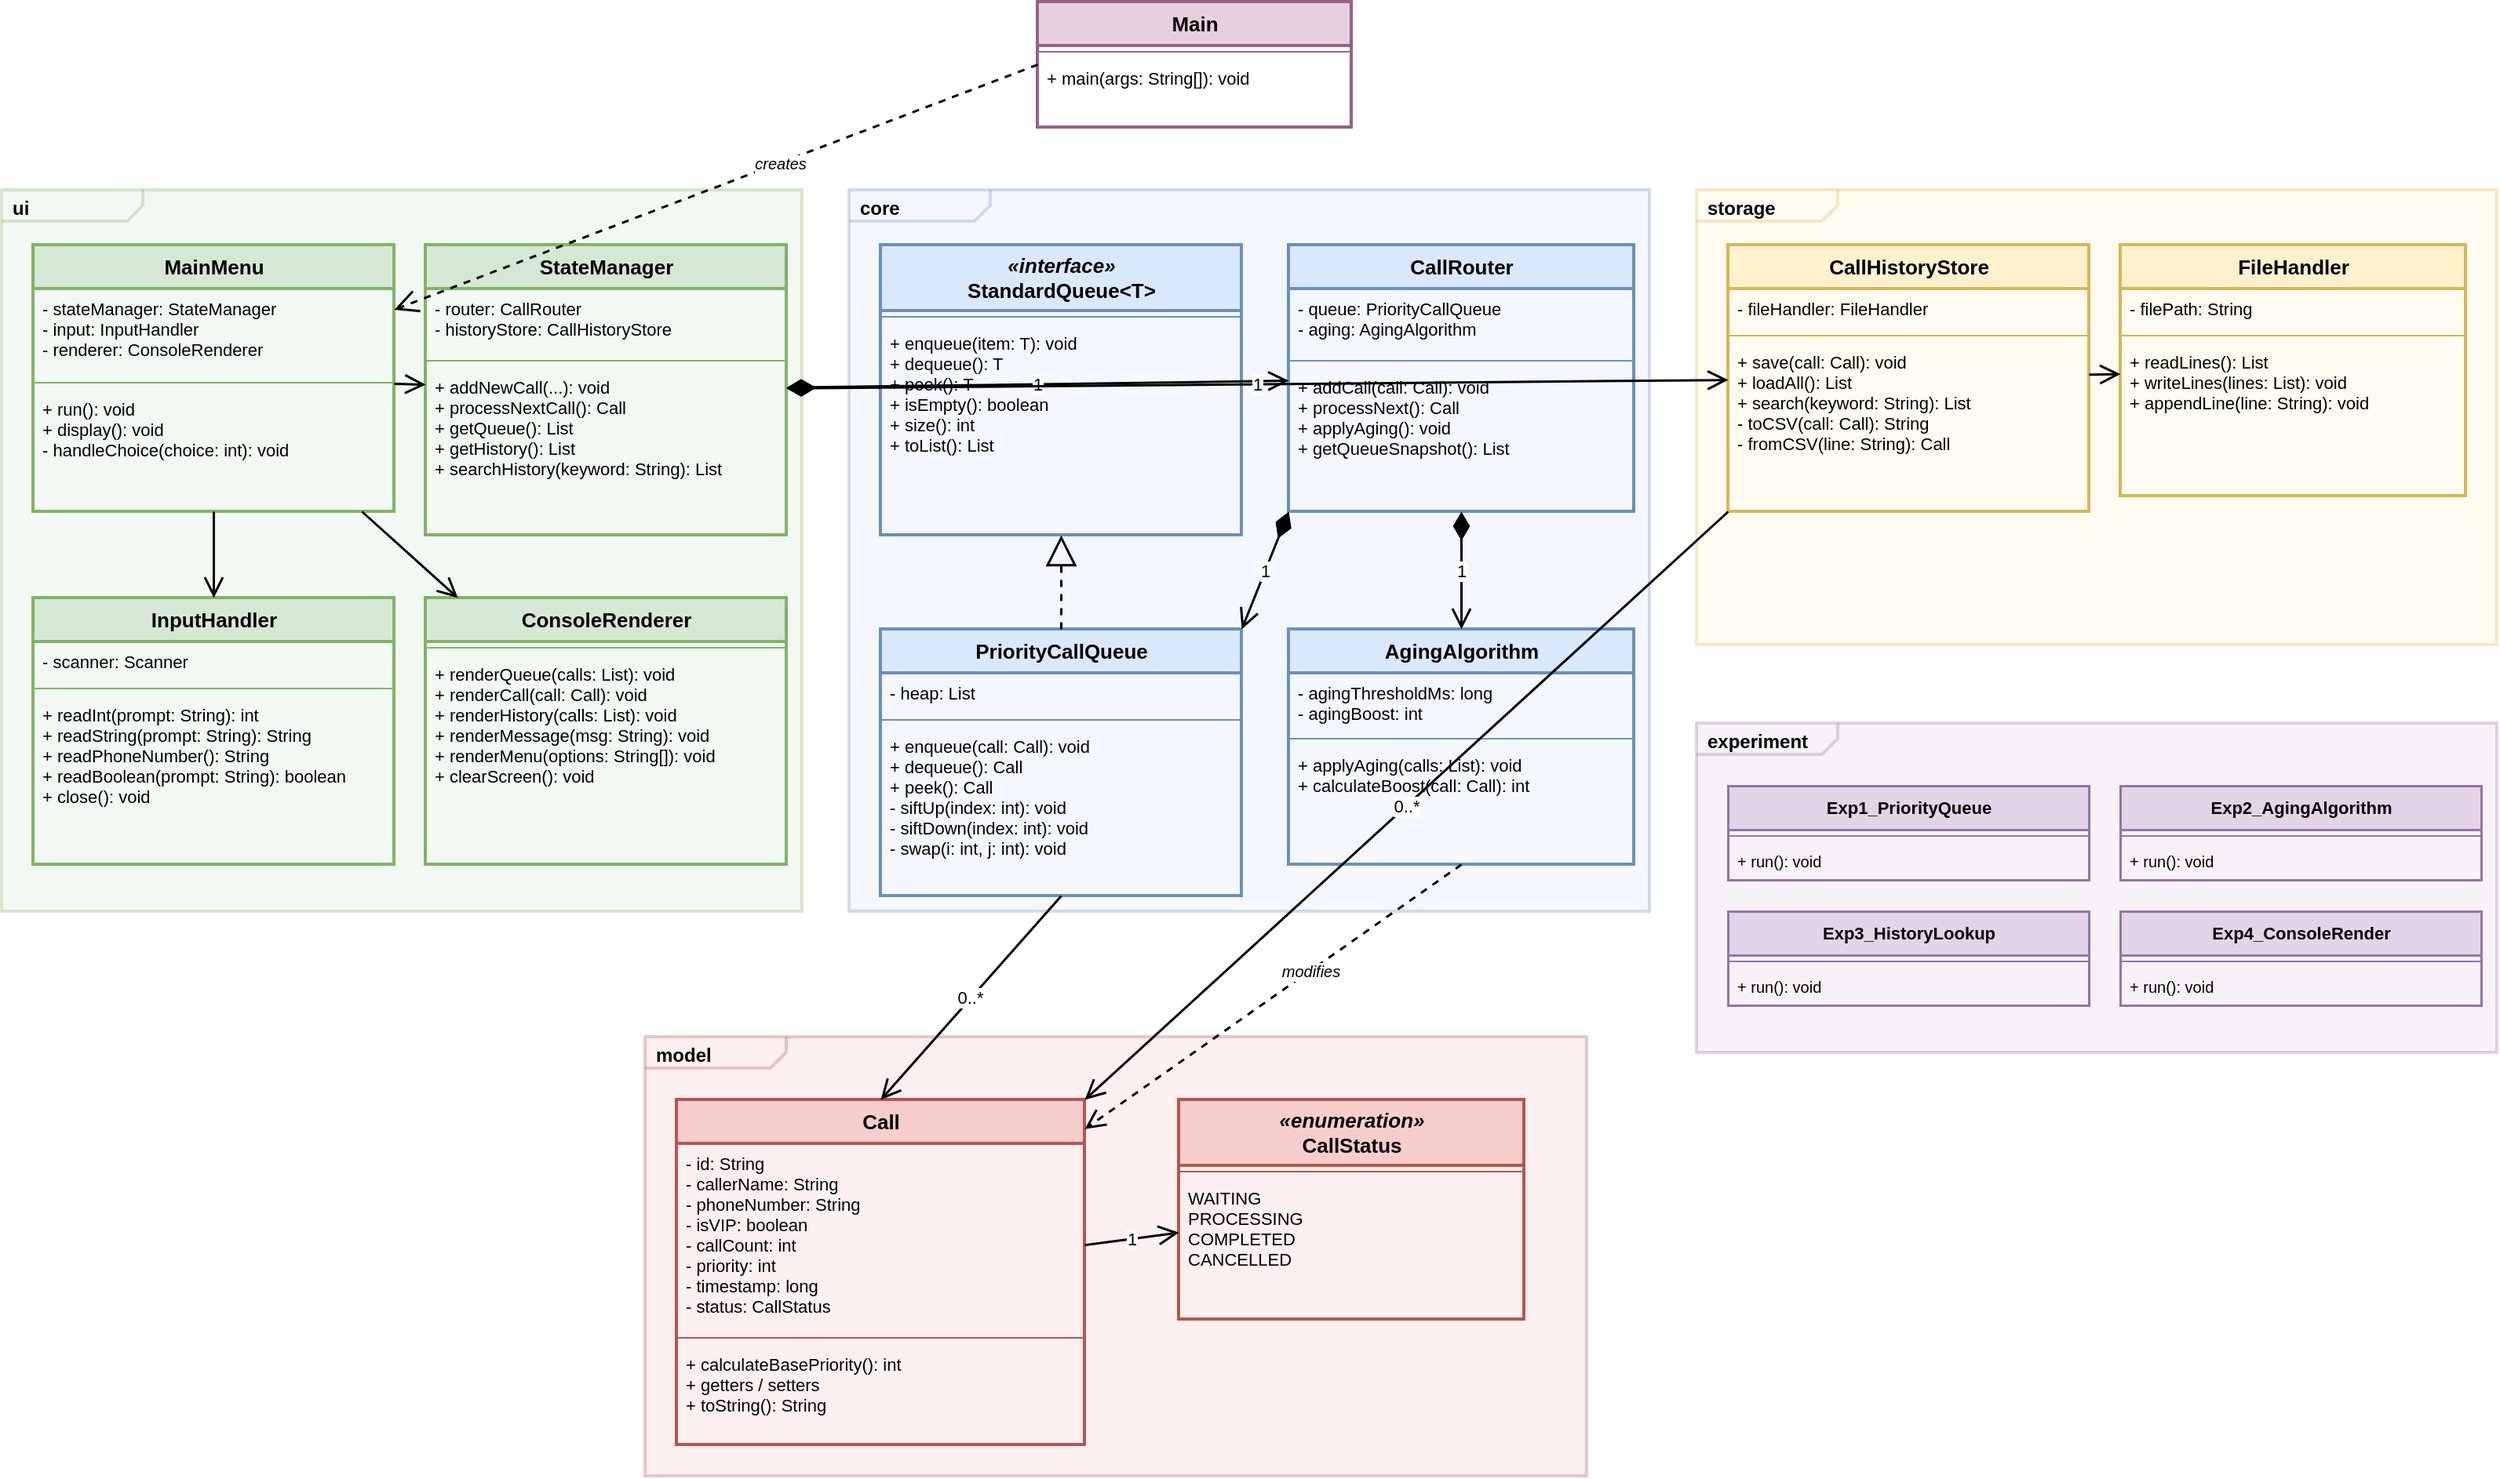
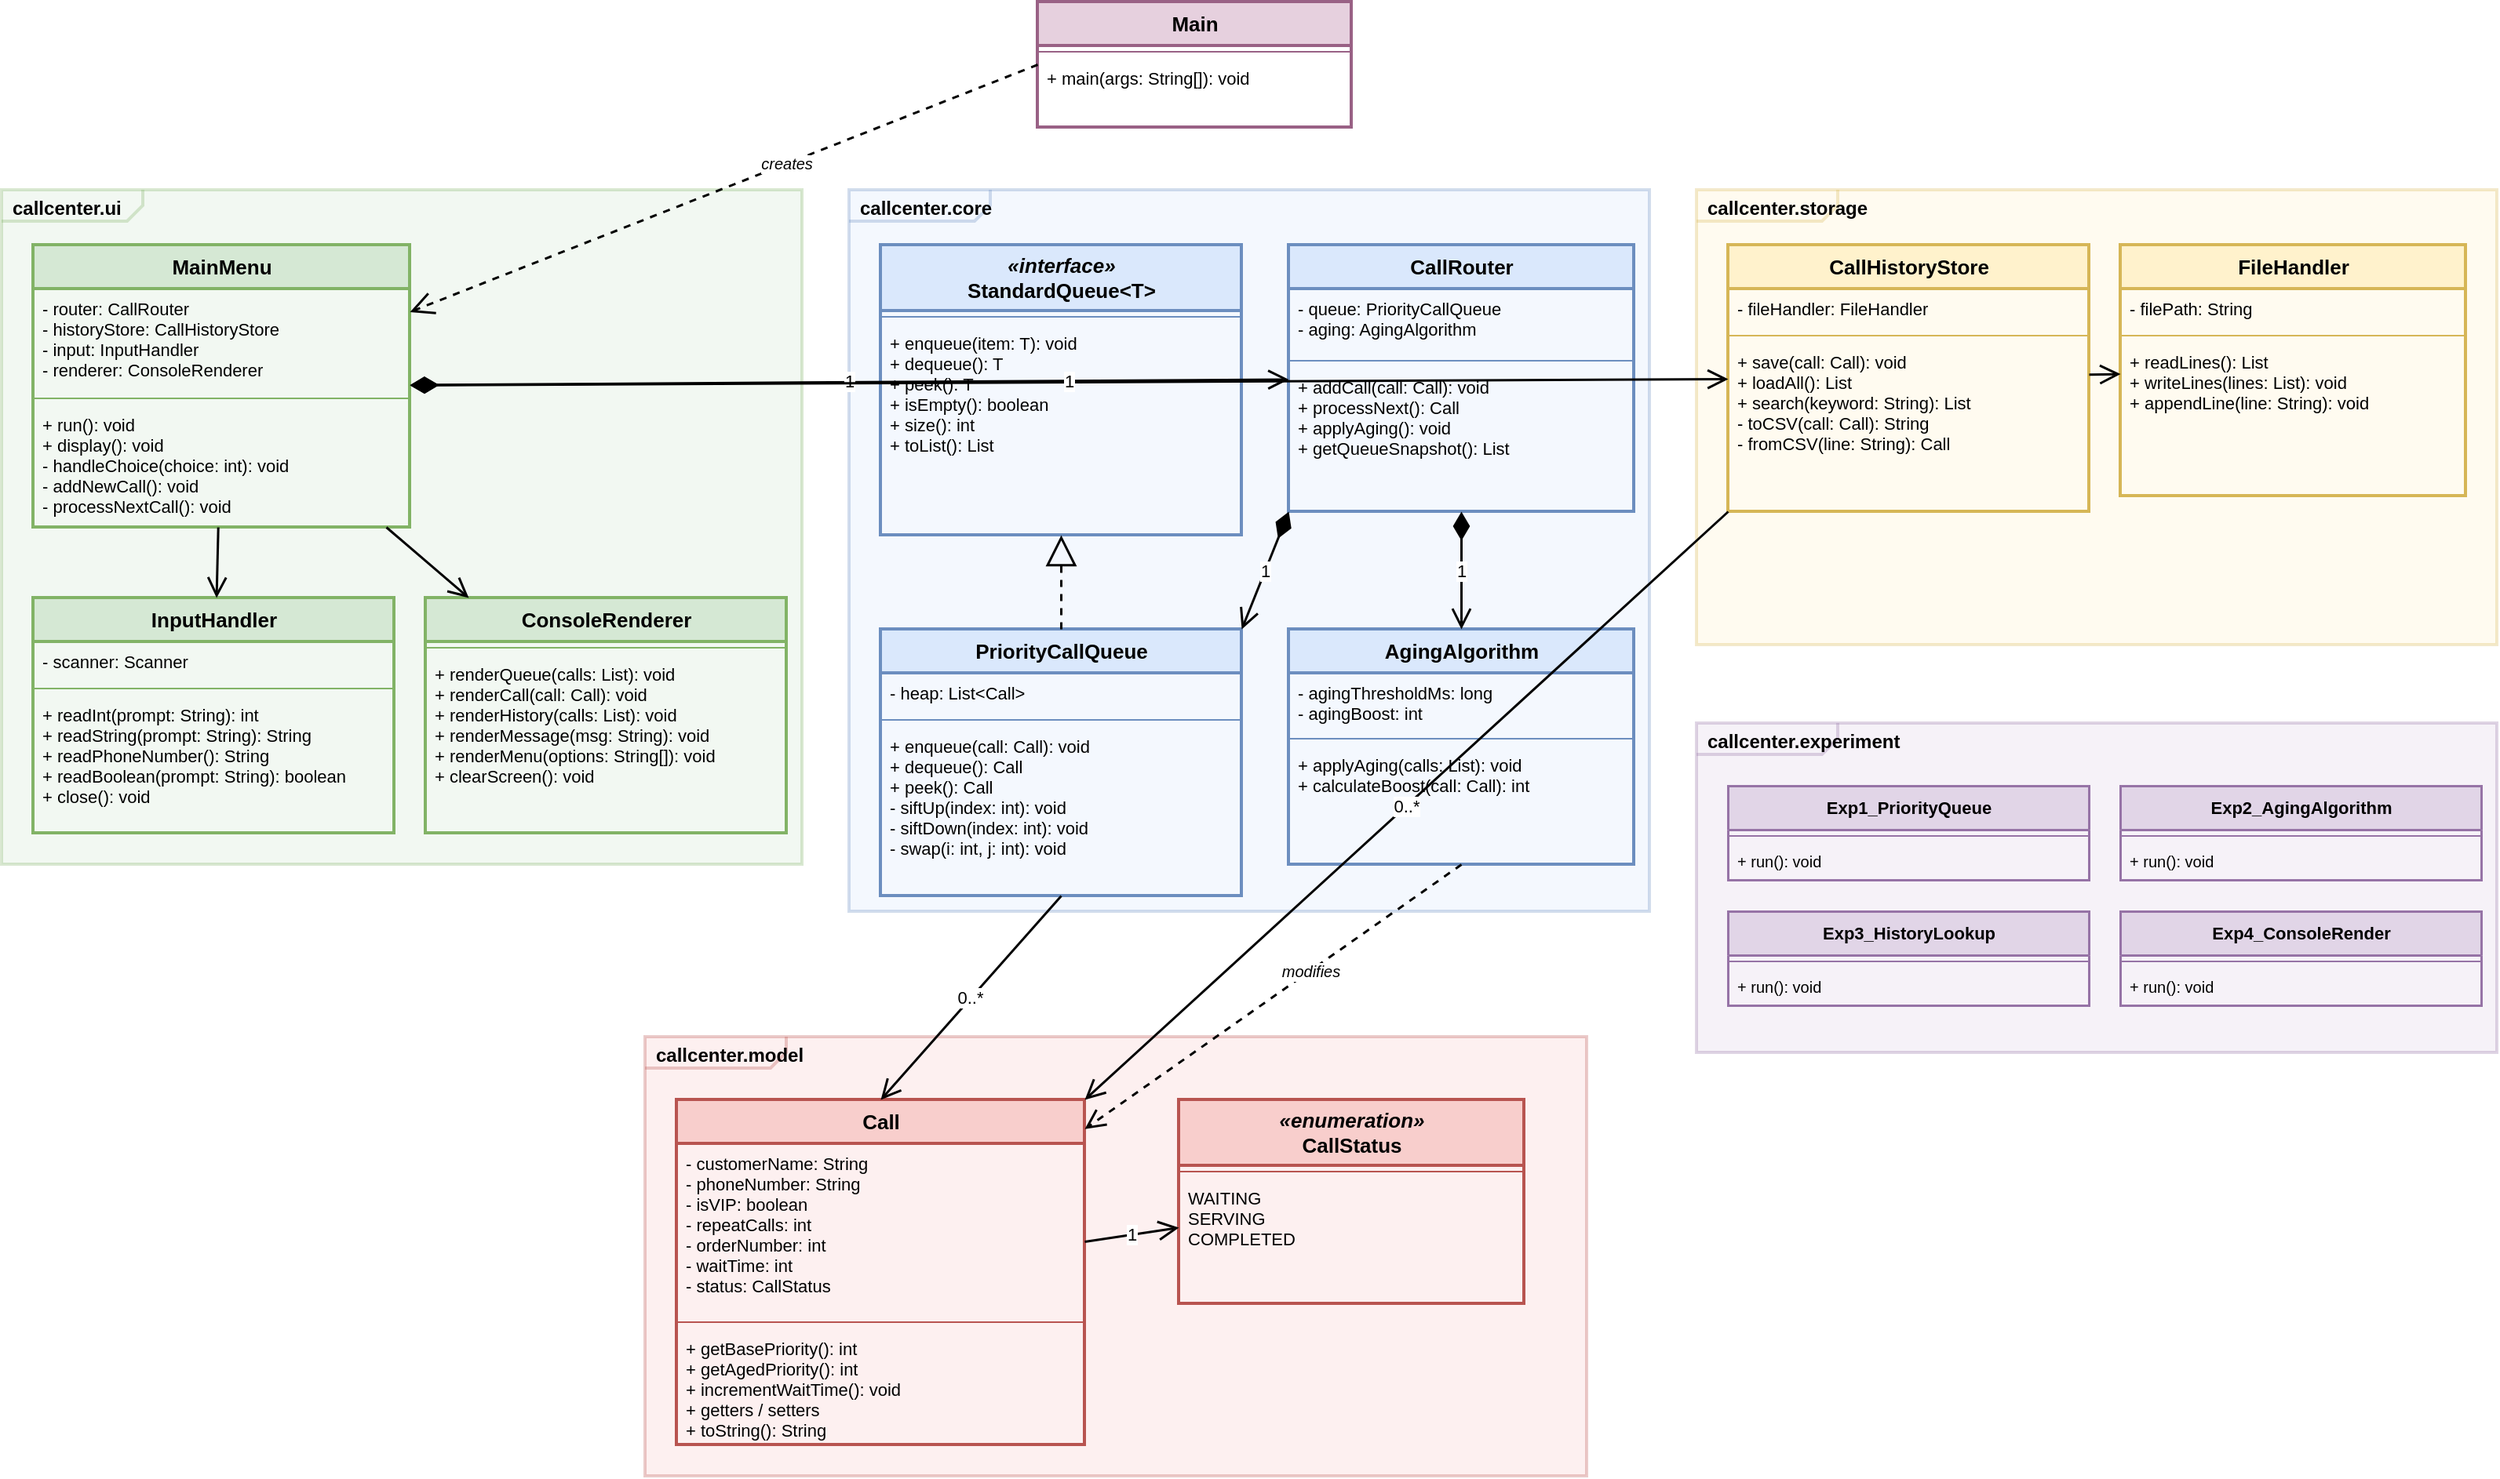
<?xml version="1.0" encoding="UTF-8"?>
- <mxfile host="draw.io" modified="2026-05-28T00:00:00.000Z" agent="Antigravity" version="24.0.0" type="device">
+ <mxfile host="draw.io" modified="2026-05-30T00:00:00.000Z" agent="Antigravity" version="24.0.0" type="device">
  <diagram id="class-diagram" name="Class Diagram">
    <mxGraphModel dx="2200" dy="1600" grid="1" gridSize="10" guides="1" tooltips="1" connect="1" arrows="1" fold="1" page="1" pageScale="1" pageWidth="1800" pageHeight="1400" math="0" shadow="0">
      <root>
        <mxCell id="0"/>
        <mxCell id="1" parent="0"/>

-         <mxCell id="pkg_ui" value="&lt;b&gt;ui&lt;/b&gt;" style="shape=mxgraph.sysml.package;html=1;whiteSpace=wrap;align=left;verticalAlign=top;spacingTop=-2;spacingLeft=5;fontSize=12;strokeColor=#82b366;fillColor=#d5e8d4;strokeWidth=2;opacity=30;" vertex="1" parent="1">
-           <mxGeometry x="20" y="140" width="510" height="460" as="geometry"/>
-         </mxCell>
- 
-         <mxCell id="pkg_core" value="&lt;b&gt;core&lt;/b&gt;" style="shape=mxgraph.sysml.package;html=1;whiteSpace=wrap;align=left;verticalAlign=top;spacingTop=-2;spacingLeft=5;fontSize=12;strokeColor=#6c8ebf;fillColor=#dae8fc;strokeWidth=2;opacity=30;" vertex="1" parent="1">
+         <mxCell id="pkg_ui" value="&lt;b&gt;callcenter.ui&lt;/b&gt;" style="shape=mxgraph.sysml.package;html=1;whiteSpace=wrap;align=left;verticalAlign=top;spacingTop=-2;spacingLeft=5;fontSize=12;strokeColor=#82b366;fillColor=#d5e8d4;strokeWidth=2;opacity=30;" vertex="1" parent="1">
+           <mxGeometry x="20" y="140" width="510" height="430" as="geometry"/>
+         </mxCell>
+ 
+         <mxCell id="pkg_core" value="&lt;b&gt;callcenter.core&lt;/b&gt;" style="shape=mxgraph.sysml.package;html=1;whiteSpace=wrap;align=left;verticalAlign=top;spacingTop=-2;spacingLeft=5;fontSize=12;strokeColor=#6c8ebf;fillColor=#dae8fc;strokeWidth=2;opacity=30;" vertex="1" parent="1">
          <mxGeometry x="560" y="140" width="510" height="460" as="geometry"/>
        </mxCell>

-         <mxCell id="pkg_storage" value="&lt;b&gt;storage&lt;/b&gt;" style="shape=mxgraph.sysml.package;html=1;whiteSpace=wrap;align=left;verticalAlign=top;spacingTop=-2;spacingLeft=5;fontSize=12;strokeColor=#d6b656;fillColor=#fff2cc;strokeWidth=2;opacity=30;" vertex="1" parent="1">
+         <mxCell id="pkg_storage" value="&lt;b&gt;callcenter.storage&lt;/b&gt;" style="shape=mxgraph.sysml.package;html=1;whiteSpace=wrap;align=left;verticalAlign=top;spacingTop=-2;spacingLeft=5;fontSize=12;strokeColor=#d6b656;fillColor=#fff2cc;strokeWidth=2;opacity=30;" vertex="1" parent="1">
          <mxGeometry x="1100" y="140" width="510" height="290" as="geometry"/>
        </mxCell>

-         <mxCell id="pkg_model" value="&lt;b&gt;model&lt;/b&gt;" style="shape=mxgraph.sysml.package;html=1;whiteSpace=wrap;align=left;verticalAlign=top;spacingTop=-2;spacingLeft=5;fontSize=12;strokeColor=#b85450;fillColor=#f8cecc;strokeWidth=2;opacity=30;" vertex="1" parent="1">
+         <mxCell id="pkg_model" value="&lt;b&gt;callcenter.model&lt;/b&gt;" style="shape=mxgraph.sysml.package;html=1;whiteSpace=wrap;align=left;verticalAlign=top;spacingTop=-2;spacingLeft=5;fontSize=12;strokeColor=#b85450;fillColor=#f8cecc;strokeWidth=2;opacity=30;" vertex="1" parent="1">
          <mxGeometry x="430" y="680" width="600" height="280" as="geometry"/>
        </mxCell>

-         <mxCell id="pkg_experiment" value="&lt;b&gt;experiment&lt;/b&gt;" style="shape=mxgraph.sysml.package;html=1;whiteSpace=wrap;align=left;verticalAlign=top;spacingTop=-2;spacingLeft=5;fontSize=12;strokeColor=#9673a6;fillColor=#e1d5e7;strokeWidth=2;opacity=30;" vertex="1" parent="1">
+         <mxCell id="pkg_experiment" value="&lt;b&gt;callcenter.experiment&lt;/b&gt;" style="shape=mxgraph.sysml.package;html=1;whiteSpace=wrap;align=left;verticalAlign=top;spacingTop=-2;spacingLeft=5;fontSize=12;strokeColor=#9673a6;fillColor=#e1d5e7;strokeWidth=2;opacity=30;" vertex="1" parent="1">
          <mxGeometry x="1100" y="480" width="510" height="210" as="geometry"/>
        </mxCell>

        <mxCell id="c_main" value="Main" style="swimlane;fontStyle=1;align=center;startSize=28;html=1;collapsible=0;fontSize=13;fillColor=#e6d0de;strokeColor=#996185;strokeWidth=2;" vertex="1" parent="1">
          <mxGeometry x="680" y="20" width="200" height="80" as="geometry"/>
        </mxCell>
        <mxCell id="c_main_sep" value="" style="line;strokeWidth=1;fillColor=none;align=left;verticalAlign=middle;spacingTop=-1;spacingLeft=3;spacingRight=10;rotatable=0;labelPosition=left;points=[];portConstraint=eastwest;strokeColor=inherit;" vertex="1" parent="c_main">
          <mxGeometry y="28" width="200" height="8" as="geometry"/>
        </mxCell>
        <mxCell id="c_main_methods" value="+ main(args: String[]): void" style="text;strokeColor=none;fillColor=none;align=left;verticalAlign=top;spacingLeft=4;spacingRight=4;overflow=hidden;rotatable=0;points=[[0,0.5],[1,0.5]];portConstraint=eastwest;fontFamily=Helvetica;fontSize=11;" vertex="1" parent="c_main">
          <mxGeometry y="36" width="200" height="40" as="geometry"/>
        </mxCell>

        <mxCell id="c_mainmenu" value="MainMenu" style="swimlane;fontStyle=1;align=center;startSize=28;html=1;collapsible=0;fontSize=13;fillColor=#d5e8d4;strokeColor=#82b366;strokeWidth=2;" vertex="1" parent="1">
-           <mxGeometry x="40" y="175" width="230" height="170" as="geometry"/>
-         </mxCell>
-         <mxCell id="c_mainmenu_attrs" value="- stateManager: StateManager&#xa;- input: InputHandler&#xa;- renderer: ConsoleRenderer" style="text;strokeColor=none;fillColor=none;align=left;verticalAlign=top;spacingLeft=4;spacingRight=4;overflow=hidden;rotatable=0;points=[[0,0.5],[1,0.5]];portConstraint=eastwest;fontFamily=Helvetica;fontSize=11;" vertex="1" parent="c_mainmenu">
-           <mxGeometry y="28" width="230" height="56" as="geometry"/>
+           <mxGeometry x="40" y="175" width="240" height="180" as="geometry"/>
+         </mxCell>
+         <mxCell id="c_mainmenu_attrs" value="- router: CallRouter&#xa;- historyStore: CallHistoryStore&#xa;- input: InputHandler&#xa;- renderer: ConsoleRenderer" style="text;strokeColor=none;fillColor=none;align=left;verticalAlign=top;spacingLeft=4;spacingRight=4;overflow=hidden;rotatable=0;points=[[0,0.5],[1,0.5]];portConstraint=eastwest;fontFamily=Helvetica;fontSize=11;" vertex="1" parent="c_mainmenu">
+           <mxGeometry y="28" width="240" height="66" as="geometry"/>
        </mxCell>
        <mxCell id="c_mainmenu_sep" value="" style="line;strokeWidth=1;fillColor=none;align=left;verticalAlign=middle;spacingTop=-1;spacingLeft=3;spacingRight=10;rotatable=0;labelPosition=left;points=[];portConstraint=eastwest;strokeColor=inherit;" vertex="1" parent="c_mainmenu">
-           <mxGeometry y="84" width="230" height="8" as="geometry"/>
-         </mxCell>
-         <mxCell id="c_mainmenu_methods" value="+ run(): void&#xa;+ display(): void&#xa;- handleChoice(choice: int): void" style="text;strokeColor=none;fillColor=none;align=left;verticalAlign=top;spacingLeft=4;spacingRight=4;overflow=hidden;rotatable=0;points=[[0,0.5],[1,0.5]];portConstraint=eastwest;fontFamily=Helvetica;fontSize=11;" vertex="1" parent="c_mainmenu">
-           <mxGeometry y="92" width="230" height="74" as="geometry"/>
+           <mxGeometry y="94" width="240" height="8" as="geometry"/>
+         </mxCell>
+         <mxCell id="c_mainmenu_methods" value="+ run(): void&#xa;+ display(): void&#xa;- handleChoice(choice: int): void&#xa;- addNewCall(): void&#xa;- processNextCall(): void" style="text;strokeColor=none;fillColor=none;align=left;verticalAlign=top;spacingLeft=4;spacingRight=4;overflow=hidden;rotatable=0;points=[[0,0.5],[1,0.5]];portConstraint=eastwest;fontFamily=Helvetica;fontSize=11;" vertex="1" parent="c_mainmenu">
+           <mxGeometry y="102" width="240" height="74" as="geometry"/>
        </mxCell>

        <mxCell id="c_input" value="InputHandler" style="swimlane;fontStyle=1;align=center;startSize=28;html=1;collapsible=0;fontSize=13;fillColor=#d5e8d4;strokeColor=#82b366;strokeWidth=2;" vertex="1" parent="1">
-           <mxGeometry x="40" y="400" width="230" height="170" as="geometry"/>
+           <mxGeometry x="40" y="400" width="230" height="150" as="geometry"/>
        </mxCell>
        <mxCell id="c_input_attrs" value="- scanner: Scanner" style="text;strokeColor=none;fillColor=none;align=left;verticalAlign=top;spacingLeft=4;spacingRight=4;overflow=hidden;rotatable=0;points=[[0,0.5],[1,0.5]];portConstraint=eastwest;fontFamily=Helvetica;fontSize=11;" vertex="1" parent="c_input">
          <mxGeometry y="28" width="230" height="26" as="geometry"/>
        </mxCell>
        <mxCell id="c_input_sep" value="" style="line;strokeWidth=1;fillColor=none;align=left;verticalAlign=middle;spacingTop=-1;spacingLeft=3;spacingRight=10;rotatable=0;labelPosition=left;points=[];portConstraint=eastwest;strokeColor=inherit;" vertex="1" parent="c_input">
          <mxGeometry y="54" width="230" height="8" as="geometry"/>
        </mxCell>
        <mxCell id="c_input_methods" value="+ readInt(prompt: String): int&#xa;+ readString(prompt: String): String&#xa;+ readPhoneNumber(): String&#xa;+ readBoolean(prompt: String): boolean&#xa;+ close(): void" style="text;strokeColor=none;fillColor=none;align=left;verticalAlign=top;spacingLeft=4;spacingRight=4;overflow=hidden;rotatable=0;points=[[0,0.5],[1,0.5]];portConstraint=eastwest;fontFamily=Helvetica;fontSize=11;" vertex="1" parent="c_input">
-           <mxGeometry y="62" width="230" height="104" as="geometry"/>
+           <mxGeometry y="62" width="230" height="84" as="geometry"/>
        </mxCell>

        <mxCell id="c_renderer" value="ConsoleRenderer" style="swimlane;fontStyle=1;align=center;startSize=28;html=1;collapsible=0;fontSize=13;fillColor=#d5e8d4;strokeColor=#82b366;strokeWidth=2;" vertex="1" parent="1">
-           <mxGeometry x="290" y="400" width="230" height="170" as="geometry"/>
+           <mxGeometry x="290" y="400" width="230" height="150" as="geometry"/>
        </mxCell>
        <mxCell id="c_renderer_sep" value="" style="line;strokeWidth=1;fillColor=none;align=left;verticalAlign=middle;spacingTop=-1;spacingLeft=3;spacingRight=10;rotatable=0;labelPosition=left;points=[];portConstraint=eastwest;strokeColor=inherit;" vertex="1" parent="c_renderer">
          <mxGeometry y="28" width="230" height="8" as="geometry"/>
        </mxCell>
        <mxCell id="c_renderer_methods" value="+ renderQueue(calls: List): void&#xa;+ renderCall(call: Call): void&#xa;+ renderHistory(calls: List): void&#xa;+ renderMessage(msg: String): void&#xa;+ renderMenu(options: String[]): void&#xa;+ clearScreen(): void" style="text;strokeColor=none;fillColor=none;align=left;verticalAlign=top;spacingLeft=4;spacingRight=4;overflow=hidden;rotatable=0;points=[[0,0.5],[1,0.5]];portConstraint=eastwest;fontFamily=Helvetica;fontSize=11;" vertex="1" parent="c_renderer">
-           <mxGeometry y="36" width="230" height="130" as="geometry"/>
-         </mxCell>
- 
-         <mxCell id="c_state" value="StateManager" style="swimlane;fontStyle=1;align=center;startSize=28;html=1;collapsible=0;fontSize=13;fillColor=#d5e8d4;strokeColor=#82b366;strokeWidth=2;" vertex="1" parent="1">
-           <mxGeometry x="290" y="175" width="230" height="185" as="geometry"/>
-         </mxCell>
-         <mxCell id="c_state_attrs" value="- router: CallRouter&#xa;- historyStore: CallHistoryStore" style="text;strokeColor=none;fillColor=none;align=left;verticalAlign=top;spacingLeft=4;spacingRight=4;overflow=hidden;rotatable=0;points=[[0,0.5],[1,0.5]];portConstraint=eastwest;fontFamily=Helvetica;fontSize=11;" vertex="1" parent="c_state">
-           <mxGeometry y="28" width="230" height="42" as="geometry"/>
-         </mxCell>
-         <mxCell id="c_state_sep" value="" style="line;strokeWidth=1;fillColor=none;align=left;verticalAlign=middle;spacingTop=-1;spacingLeft=3;spacingRight=10;rotatable=0;labelPosition=left;points=[];portConstraint=eastwest;strokeColor=inherit;" vertex="1" parent="c_state">
-           <mxGeometry y="70" width="230" height="8" as="geometry"/>
-         </mxCell>
-         <mxCell id="c_state_methods" value="+ addNewCall(...): void&#xa;+ processNextCall(): Call&#xa;+ getQueue(): List&#xa;+ getHistory(): List&#xa;+ searchHistory(keyword: String): List" style="text;strokeColor=none;fillColor=none;align=left;verticalAlign=top;spacingLeft=4;spacingRight=4;overflow=hidden;rotatable=0;points=[[0,0.5],[1,0.5]];portConstraint=eastwest;fontFamily=Helvetica;fontSize=11;" vertex="1" parent="c_state">
-           <mxGeometry y="78" width="230" height="103" as="geometry"/>
+           <mxGeometry y="36" width="230" height="110" as="geometry"/>
        </mxCell>

        <mxCell id="c_stdqueue" value="&lt;i&gt;&#171;interface&#187;&lt;/i&gt;&lt;br&gt;StandardQueue&amp;lt;T&amp;gt;" style="swimlane;fontStyle=1;align=center;startSize=42;html=1;collapsible=0;fontSize=13;fillColor=#dae8fc;strokeColor=#6c8ebf;strokeWidth=2;" vertex="1" parent="1">
          <mxGeometry x="580" y="175" width="230" height="185" as="geometry"/>
        </mxCell>
        <mxCell id="c_stdqueue_sep" value="" style="line;strokeWidth=1;fillColor=none;align=left;verticalAlign=middle;spacingTop=-1;spacingLeft=3;spacingRight=10;rotatable=0;labelPosition=left;points=[];portConstraint=eastwest;strokeColor=inherit;" vertex="1" parent="c_stdqueue">
          <mxGeometry y="42" width="230" height="8" as="geometry"/>
        </mxCell>
        <mxCell id="c_stdqueue_methods" value="+ enqueue(item: T): void&#xa;+ dequeue(): T&#xa;+ peek(): T&#xa;+ isEmpty(): boolean&#xa;+ size(): int&#xa;+ toList(): List" style="text;strokeColor=none;fillColor=none;align=left;verticalAlign=top;spacingLeft=4;spacingRight=4;overflow=hidden;rotatable=0;points=[[0,0.5],[1,0.5]];portConstraint=eastwest;fontFamily=Helvetica;fontSize=11;" vertex="1" parent="c_stdqueue">
          <mxGeometry y="50" width="230" height="131" as="geometry"/>
        </mxCell>

        <mxCell id="c_pqueue" value="PriorityCallQueue" style="swimlane;fontStyle=1;align=center;startSize=28;html=1;collapsible=0;fontSize=13;fillColor=#dae8fc;strokeColor=#6c8ebf;strokeWidth=2;" vertex="1" parent="1">
          <mxGeometry x="580" y="420" width="230" height="170" as="geometry"/>
        </mxCell>
-         <mxCell id="c_pqueue_attrs" value="- heap: List" style="text;strokeColor=none;fillColor=none;align=left;verticalAlign=top;spacingLeft=4;spacingRight=4;overflow=hidden;rotatable=0;points=[[0,0.5],[1,0.5]];portConstraint=eastwest;fontFamily=Helvetica;fontSize=11;" vertex="1" parent="c_pqueue">
+         <mxCell id="c_pqueue_attrs" value="- heap: List&lt;Call&gt;" style="text;strokeColor=none;fillColor=none;align=left;verticalAlign=top;spacingLeft=4;spacingRight=4;overflow=hidden;rotatable=0;points=[[0,0.5],[1,0.5]];portConstraint=eastwest;fontFamily=Helvetica;fontSize=11;" vertex="1" parent="c_pqueue">
          <mxGeometry y="28" width="230" height="26" as="geometry"/>
        </mxCell>
        <mxCell id="c_pqueue_sep" value="" style="line;strokeWidth=1;fillColor=none;align=left;verticalAlign=middle;spacingTop=-1;spacingLeft=3;spacingRight=10;rotatable=0;labelPosition=left;points=[];portConstraint=eastwest;strokeColor=inherit;" vertex="1" parent="c_pqueue">
          <mxGeometry y="54" width="230" height="8" as="geometry"/>
        </mxCell>
        <mxCell id="c_pqueue_methods" value="+ enqueue(call: Call): void&#xa;+ dequeue(): Call&#xa;+ peek(): Call&#xa;- siftUp(index: int): void&#xa;- siftDown(index: int): void&#xa;- swap(i: int, j: int): void" style="text;strokeColor=none;fillColor=none;align=left;verticalAlign=top;spacingLeft=4;spacingRight=4;overflow=hidden;rotatable=0;points=[[0,0.5],[1,0.5]];portConstraint=eastwest;fontFamily=Helvetica;fontSize=11;" vertex="1" parent="c_pqueue">
          <mxGeometry y="62" width="230" height="104" as="geometry"/>
        </mxCell>

        <mxCell id="c_router" value="CallRouter" style="swimlane;fontStyle=1;align=center;startSize=28;html=1;collapsible=0;fontSize=13;fillColor=#dae8fc;strokeColor=#6c8ebf;strokeWidth=2;" vertex="1" parent="1">
          <mxGeometry x="840" y="175" width="220" height="170" as="geometry"/>
        </mxCell>
        <mxCell id="c_router_attrs" value="- queue: PriorityCallQueue&#xa;- aging: AgingAlgorithm" style="text;strokeColor=none;fillColor=none;align=left;verticalAlign=top;spacingLeft=4;spacingRight=4;overflow=hidden;rotatable=0;points=[[0,0.5],[1,0.5]];portConstraint=eastwest;fontFamily=Helvetica;fontSize=11;" vertex="1" parent="c_router">
          <mxGeometry y="28" width="220" height="42" as="geometry"/>
        </mxCell>
        <mxCell id="c_router_sep" value="" style="line;strokeWidth=1;fillColor=none;align=left;verticalAlign=middle;spacingTop=-1;spacingLeft=3;spacingRight=10;rotatable=0;labelPosition=left;points=[];portConstraint=eastwest;strokeColor=inherit;" vertex="1" parent="c_router">
          <mxGeometry y="70" width="220" height="8" as="geometry"/>
        </mxCell>
        <mxCell id="c_router_methods" value="+ addCall(call: Call): void&#xa;+ processNext(): Call&#xa;+ applyAging(): void&#xa;+ getQueueSnapshot(): List" style="text;strokeColor=none;fillColor=none;align=left;verticalAlign=top;spacingLeft=4;spacingRight=4;overflow=hidden;rotatable=0;points=[[0,0.5],[1,0.5]];portConstraint=eastwest;fontFamily=Helvetica;fontSize=11;" vertex="1" parent="c_router">
          <mxGeometry y="78" width="220" height="88" as="geometry"/>
        </mxCell>

        <mxCell id="c_aging" value="AgingAlgorithm" style="swimlane;fontStyle=1;align=center;startSize=28;html=1;collapsible=0;fontSize=13;fillColor=#dae8fc;strokeColor=#6c8ebf;strokeWidth=2;" vertex="1" parent="1">
          <mxGeometry x="840" y="420" width="220" height="150" as="geometry"/>
        </mxCell>
        <mxCell id="c_aging_attrs" value="- agingThresholdMs: long&#xa;- agingBoost: int" style="text;strokeColor=none;fillColor=none;align=left;verticalAlign=top;spacingLeft=4;spacingRight=4;overflow=hidden;rotatable=0;points=[[0,0.5],[1,0.5]];portConstraint=eastwest;fontFamily=Helvetica;fontSize=11;" vertex="1" parent="c_aging">
          <mxGeometry y="28" width="220" height="38" as="geometry"/>
        </mxCell>
        <mxCell id="c_aging_sep" value="" style="line;strokeWidth=1;fillColor=none;align=left;verticalAlign=middle;spacingTop=-1;spacingLeft=3;spacingRight=10;rotatable=0;labelPosition=left;points=[];portConstraint=eastwest;strokeColor=inherit;" vertex="1" parent="c_aging">
          <mxGeometry y="66" width="220" height="8" as="geometry"/>
        </mxCell>
        <mxCell id="c_aging_methods" value="+ applyAging(calls: List): void&#xa;+ calculateBoost(call: Call): int" style="text;strokeColor=none;fillColor=none;align=left;verticalAlign=top;spacingLeft=4;spacingRight=4;overflow=hidden;rotatable=0;points=[[0,0.5],[1,0.5]];portConstraint=eastwest;fontFamily=Helvetica;fontSize=11;" vertex="1" parent="c_aging">
          <mxGeometry y="74" width="220" height="72" as="geometry"/>
        </mxCell>

        <mxCell id="c_history" value="CallHistoryStore" style="swimlane;fontStyle=1;align=center;startSize=28;html=1;collapsible=0;fontSize=13;fillColor=#fff2cc;strokeColor=#d6b656;strokeWidth=2;" vertex="1" parent="1">
          <mxGeometry x="1120" y="175" width="230" height="170" as="geometry"/>
        </mxCell>
        <mxCell id="c_history_attrs" value="- fileHandler: FileHandler" style="text;strokeColor=none;fillColor=none;align=left;verticalAlign=top;spacingLeft=4;spacingRight=4;overflow=hidden;rotatable=0;points=[[0,0.5],[1,0.5]];portConstraint=eastwest;fontFamily=Helvetica;fontSize=11;" vertex="1" parent="c_history">
          <mxGeometry y="28" width="230" height="26" as="geometry"/>
        </mxCell>
        <mxCell id="c_history_sep" value="" style="line;strokeWidth=1;fillColor=none;align=left;verticalAlign=middle;spacingTop=-1;spacingLeft=3;spacingRight=10;rotatable=0;labelPosition=left;points=[];portConstraint=eastwest;strokeColor=inherit;" vertex="1" parent="c_history">
          <mxGeometry y="54" width="230" height="8" as="geometry"/>
        </mxCell>
        <mxCell id="c_history_methods" value="+ save(call: Call): void&#xa;+ loadAll(): List&#xa;+ search(keyword: String): List&#xa;- toCSV(call: Call): String&#xa;- fromCSV(line: String): Call" style="text;strokeColor=none;fillColor=none;align=left;verticalAlign=top;spacingLeft=4;spacingRight=4;overflow=hidden;rotatable=0;points=[[0,0.5],[1,0.5]];portConstraint=eastwest;fontFamily=Helvetica;fontSize=11;" vertex="1" parent="c_history">
          <mxGeometry y="62" width="230" height="104" as="geometry"/>
        </mxCell>

        <mxCell id="c_filehandler" value="FileHandler" style="swimlane;fontStyle=1;align=center;startSize=28;html=1;collapsible=0;fontSize=13;fillColor=#fff2cc;strokeColor=#d6b656;strokeWidth=2;" vertex="1" parent="1">
          <mxGeometry x="1370" y="175" width="220" height="160" as="geometry"/>
        </mxCell>
        <mxCell id="c_filehandler_attrs" value="- filePath: String" style="text;strokeColor=none;fillColor=none;align=left;verticalAlign=top;spacingLeft=4;spacingRight=4;overflow=hidden;rotatable=0;points=[[0,0.5],[1,0.5]];portConstraint=eastwest;fontFamily=Helvetica;fontSize=11;" vertex="1" parent="c_filehandler">
          <mxGeometry y="28" width="220" height="26" as="geometry"/>
        </mxCell>
        <mxCell id="c_filehandler_sep" value="" style="line;strokeWidth=1;fillColor=none;align=left;verticalAlign=middle;spacingTop=-1;spacingLeft=3;spacingRight=10;rotatable=0;labelPosition=left;points=[];portConstraint=eastwest;strokeColor=inherit;" vertex="1" parent="c_filehandler">
          <mxGeometry y="54" width="220" height="8" as="geometry"/>
        </mxCell>
        <mxCell id="c_filehandler_methods" value="+ readLines(): List&#xa;+ writeLines(lines: List): void&#xa;+ appendLine(line: String): void" style="text;strokeColor=none;fillColor=none;align=left;verticalAlign=top;spacingLeft=4;spacingRight=4;overflow=hidden;rotatable=0;points=[[0,0.5],[1,0.5]];portConstraint=eastwest;fontFamily=Helvetica;fontSize=11;" vertex="1" parent="c_filehandler">
          <mxGeometry y="62" width="220" height="94" as="geometry"/>
        </mxCell>

        <mxCell id="c_call" value="Call" style="swimlane;fontStyle=1;align=center;startSize=28;html=1;collapsible=0;fontSize=13;fillColor=#f8cecc;strokeColor=#b85450;strokeWidth=2;" vertex="1" parent="1">
          <mxGeometry x="450" y="720" width="260" height="220" as="geometry"/>
        </mxCell>
-         <mxCell id="c_call_attrs" value="- id: String&#xa;- callerName: String&#xa;- phoneNumber: String&#xa;- isVIP: boolean&#xa;- callCount: int&#xa;- priority: int&#xa;- timestamp: long&#xa;- status: CallStatus" style="text;strokeColor=none;fillColor=none;align=left;verticalAlign=top;spacingLeft=4;spacingRight=4;overflow=hidden;rotatable=0;points=[[0,0.5],[1,0.5]];portConstraint=eastwest;fontFamily=Helvetica;fontSize=11;" vertex="1" parent="c_call">
-           <mxGeometry y="28" width="260" height="120" as="geometry"/>
+         <mxCell id="c_call_attrs" value="- customerName: String&#xa;- phoneNumber: String&#xa;- isVIP: boolean&#xa;- repeatCalls: int&#xa;- orderNumber: int&#xa;- waitTime: int&#xa;- status: CallStatus" style="text;strokeColor=none;fillColor=none;align=left;verticalAlign=top;spacingLeft=4;spacingRight=4;overflow=hidden;rotatable=0;points=[[0,0.5],[1,0.5]];portConstraint=eastwest;fontFamily=Helvetica;fontSize=11;" vertex="1" parent="c_call">
+           <mxGeometry y="28" width="260" height="110" as="geometry"/>
        </mxCell>
        <mxCell id="c_call_sep" value="" style="line;strokeWidth=1;fillColor=none;align=left;verticalAlign=middle;spacingTop=-1;spacingLeft=3;spacingRight=10;rotatable=0;labelPosition=left;points=[];portConstraint=eastwest;strokeColor=inherit;" vertex="1" parent="c_call">
-           <mxGeometry y="148" width="260" height="8" as="geometry"/>
-         </mxCell>
-         <mxCell id="c_call_methods" value="+ calculateBasePriority(): int&#xa;+ getters / setters&#xa;+ toString(): String" style="text;strokeColor=none;fillColor=none;align=left;verticalAlign=top;spacingLeft=4;spacingRight=4;overflow=hidden;rotatable=0;points=[[0,0.5],[1,0.5]];portConstraint=eastwest;fontFamily=Helvetica;fontSize=11;" vertex="1" parent="c_call">
-           <mxGeometry y="156" width="260" height="60" as="geometry"/>
+           <mxGeometry y="138" width="260" height="8" as="geometry"/>
+         </mxCell>
+         <mxCell id="c_call_methods" value="+ getBasePriority(): int&#xa;+ getAgedPriority(): int&#xa;+ incrementWaitTime(): void&#xa;+ getters / setters&#xa;+ toString(): String" style="text;strokeColor=none;fillColor=none;align=left;verticalAlign=top;spacingLeft=4;spacingRight=4;overflow=hidden;rotatable=0;points=[[0,0.5],[1,0.5]];portConstraint=eastwest;fontFamily=Helvetica;fontSize=11;" vertex="1" parent="c_call">
+           <mxGeometry y="146" width="260" height="70" as="geometry"/>
        </mxCell>

        <mxCell id="c_status" value="&lt;i&gt;&#171;enumeration&#187;&lt;/i&gt;&lt;br&gt;CallStatus" style="swimlane;fontStyle=1;align=center;startSize=42;html=1;collapsible=0;fontSize=13;fillColor=#f8cecc;strokeColor=#b85450;strokeWidth=2;" vertex="1" parent="1">
-           <mxGeometry x="770" y="720" width="220" height="140" as="geometry"/>
+           <mxGeometry x="770" y="720" width="220" height="130" as="geometry"/>
        </mxCell>
        <mxCell id="c_status_sep" value="" style="line;strokeWidth=1;fillColor=none;align=left;verticalAlign=middle;spacingTop=-1;spacingLeft=3;spacingRight=10;rotatable=0;labelPosition=left;points=[];portConstraint=eastwest;strokeColor=inherit;" vertex="1" parent="c_status">
          <mxGeometry y="42" width="220" height="8" as="geometry"/>
        </mxCell>
-         <mxCell id="c_status_values" value="WAITING&#xa;PROCESSING&#xa;COMPLETED&#xa;CANCELLED" style="text;strokeColor=none;fillColor=none;align=left;verticalAlign=top;spacingLeft=4;spacingRight=4;overflow=hidden;rotatable=0;points=[[0,0.5],[1,0.5]];portConstraint=eastwest;fontFamily=Helvetica;fontSize=11;" vertex="1" parent="c_status">
-           <mxGeometry y="50" width="220" height="86" as="geometry"/>
+         <mxCell id="c_status_values" value="WAITING&#xa;SERVING&#xa;COMPLETED" style="text;strokeColor=none;fillColor=none;align=left;verticalAlign=top;spacingLeft=4;spacingRight=4;overflow=hidden;rotatable=0;points=[[0,0.5],[1,0.5]];portConstraint=eastwest;fontFamily=Helvetica;fontSize=11;" vertex="1" parent="c_status">
+           <mxGeometry y="50" width="220" height="76" as="geometry"/>
        </mxCell>

        <mxCell id="c_exp1" value="Exp1_PriorityQueue" style="swimlane;fontStyle=1;align=center;startSize=28;html=1;collapsible=0;fontSize=11;fillColor=#e1d5e7;strokeColor=#9673a6;strokeWidth=1.5;" vertex="1" parent="1">
          <mxGeometry x="1120" y="520" width="230" height="60" as="geometry"/>
        </mxCell>
        <mxCell id="c_exp1_sep" value="" style="line;strokeWidth=1;fillColor=none;align=left;verticalAlign=middle;spacingTop=-1;spacingLeft=3;spacingRight=10;rotatable=0;labelPosition=left;points=[];portConstraint=eastwest;strokeColor=inherit;" vertex="1" parent="c_exp1">
          <mxGeometry y="28" width="230" height="8" as="geometry"/>
        </mxCell>
        <mxCell id="c_exp1_m" value="+ run(): void" style="text;strokeColor=none;fillColor=none;align=left;verticalAlign=top;spacingLeft=4;spacingRight=4;overflow=hidden;rotatable=0;points=[[0,0.5],[1,0.5]];portConstraint=eastwest;fontFamily=Helvetica;fontSize=10;" vertex="1" parent="c_exp1">
          <mxGeometry y="36" width="230" height="20" as="geometry"/>
        </mxCell>

        <mxCell id="c_exp2" value="Exp2_AgingAlgorithm" style="swimlane;fontStyle=1;align=center;startSize=28;html=1;collapsible=0;fontSize=11;fillColor=#e1d5e7;strokeColor=#9673a6;strokeWidth=1.5;" vertex="1" parent="1">
          <mxGeometry x="1370" y="520" width="230" height="60" as="geometry"/>
        </mxCell>
        <mxCell id="c_exp2_sep" value="" style="line;strokeWidth=1;fillColor=none;align=left;verticalAlign=middle;spacingTop=-1;spacingLeft=3;spacingRight=10;rotatable=0;labelPosition=left;points=[];portConstraint=eastwest;strokeColor=inherit;" vertex="1" parent="c_exp2">
          <mxGeometry y="28" width="230" height="8" as="geometry"/>
        </mxCell>
        <mxCell id="c_exp2_m" value="+ run(): void" style="text;strokeColor=none;fillColor=none;align=left;verticalAlign=top;spacingLeft=4;spacingRight=4;overflow=hidden;rotatable=0;points=[[0,0.5],[1,0.5]];portConstraint=eastwest;fontFamily=Helvetica;fontSize=10;" vertex="1" parent="c_exp2">
          <mxGeometry y="36" width="230" height="20" as="geometry"/>
        </mxCell>

        <mxCell id="c_exp3" value="Exp3_HistoryLookup" style="swimlane;fontStyle=1;align=center;startSize=28;html=1;collapsible=0;fontSize=11;fillColor=#e1d5e7;strokeColor=#9673a6;strokeWidth=1.5;" vertex="1" parent="1">
          <mxGeometry x="1120" y="600" width="230" height="60" as="geometry"/>
        </mxCell>
        <mxCell id="c_exp3_sep" value="" style="line;strokeWidth=1;fillColor=none;align=left;verticalAlign=middle;spacingTop=-1;spacingLeft=3;spacingRight=10;rotatable=0;labelPosition=left;points=[];portConstraint=eastwest;strokeColor=inherit;" vertex="1" parent="c_exp3">
          <mxGeometry y="28" width="230" height="8" as="geometry"/>
        </mxCell>
        <mxCell id="c_exp3_m" value="+ run(): void" style="text;strokeColor=none;fillColor=none;align=left;verticalAlign=top;spacingLeft=4;spacingRight=4;overflow=hidden;rotatable=0;points=[[0,0.5],[1,0.5]];portConstraint=eastwest;fontFamily=Helvetica;fontSize=10;" vertex="1" parent="c_exp3">
          <mxGeometry y="36" width="230" height="20" as="geometry"/>
        </mxCell>

        <mxCell id="c_exp4" value="Exp4_ConsoleRender" style="swimlane;fontStyle=1;align=center;startSize=28;html=1;collapsible=0;fontSize=11;fillColor=#e1d5e7;strokeColor=#9673a6;strokeWidth=1.5;" vertex="1" parent="1">
          <mxGeometry x="1370" y="600" width="230" height="60" as="geometry"/>
        </mxCell>
        <mxCell id="c_exp4_sep" value="" style="line;strokeWidth=1;fillColor=none;align=left;verticalAlign=middle;spacingTop=-1;spacingLeft=3;spacingRight=10;rotatable=0;labelPosition=left;points=[];portConstraint=eastwest;strokeColor=inherit;" vertex="1" parent="c_exp4">
          <mxGeometry y="28" width="230" height="8" as="geometry"/>
        </mxCell>
        <mxCell id="c_exp4_m" value="+ run(): void" style="text;strokeColor=none;fillColor=none;align=left;verticalAlign=top;spacingLeft=4;spacingRight=4;overflow=hidden;rotatable=0;points=[[0,0.5],[1,0.5]];portConstraint=eastwest;fontFamily=Helvetica;fontSize=10;" vertex="1" parent="c_exp4">
          <mxGeometry y="36" width="230" height="20" as="geometry"/>
        </mxCell>

        <mxCell id="rel_main_menu" value="" style="endArrow=open;endSize=12;dashed=1;html=1;strokeWidth=1.5;exitX=0;exitY=0.5;exitDx=0;exitDy=0;" edge="1" source="c_main" target="c_mainmenu" parent="1">
          <mxGeometry relative="1" as="geometry"/>
        </mxCell>
        <mxCell id="rel_main_menu_label" value="&lt;i&gt;creates&lt;/i&gt;" style="edgeLabel;html=1;align=center;verticalAlign=middle;resizable=0;points=[];fontSize=10;labelBackgroundColor=#FFFFFF;" vertex="1" connectable="0" parent="rel_main_menu">
          <mxGeometry x="-0.2" relative="1" as="geometry">
            <mxPoint as="offset"/>
          </mxGeometry>
        </mxCell>

-         <mxCell id="rel_menu_state" value="" style="endArrow=open;endSize=10;html=1;strokeWidth=1.5;" edge="1" source="c_mainmenu" target="c_state" parent="1">
-           <mxGeometry relative="1" as="geometry"/>
-         </mxCell>
- 
        <mxCell id="rel_menu_input" value="" style="endArrow=open;endSize=10;html=1;strokeWidth=1.5;" edge="1" source="c_mainmenu" target="c_input" parent="1">
          <mxGeometry relative="1" as="geometry"/>
        </mxCell>

        <mxCell id="rel_menu_renderer" value="" style="endArrow=open;endSize=10;html=1;strokeWidth=1.5;" edge="1" source="c_mainmenu" target="c_renderer" parent="1">
          <mxGeometry relative="1" as="geometry"/>
        </mxCell>

-         <mxCell id="rel_state_router" value="1" style="endArrow=open;endSize=10;html=1;strokeWidth=1.5;startArrow=diamondThin;startFill=1;startSize=14;" edge="1" source="c_state" target="c_router" parent="1">
-           <mxGeometry relative="1" as="geometry"/>
-         </mxCell>
- 
-         <mxCell id="rel_state_history" value="1" style="endArrow=open;endSize=10;html=1;strokeWidth=1.5;startArrow=diamondThin;startFill=1;startSize=14;" edge="1" source="c_state" target="c_history" parent="1">
+         <mxCell id="rel_menu_router" value="1" style="endArrow=open;endSize=10;html=1;strokeWidth=1.5;startArrow=diamondThin;startFill=1;startSize=14;" edge="1" source="c_mainmenu" target="c_router" parent="1">
+           <mxGeometry relative="1" as="geometry"/>
+         </mxCell>
+ 
+         <mxCell id="rel_menu_history" value="1" style="endArrow=open;endSize=10;html=1;strokeWidth=1.5;startArrow=diamondThin;startFill=1;startSize=14;" edge="1" source="c_mainmenu" target="c_history" parent="1">
          <mxGeometry relative="1" as="geometry"/>
        </mxCell>

        <mxCell id="rel_router_pqueue" value="1" style="endArrow=open;endSize=10;html=1;strokeWidth=1.5;startArrow=diamondThin;startFill=1;startSize=14;exitX=0;exitY=1;exitDx=0;exitDy=0;entryX=1;entryY=0;entryDx=0;entryDy=0;" edge="1" source="c_router" target="c_pqueue" parent="1">
          <mxGeometry relative="1" as="geometry"/>
        </mxCell>

        <mxCell id="rel_router_aging" value="1" style="endArrow=open;endSize=10;html=1;strokeWidth=1.5;startArrow=diamondThin;startFill=1;startSize=14;" edge="1" source="c_router" target="c_aging" parent="1">
          <mxGeometry relative="1" as="geometry"/>
        </mxCell>

        <mxCell id="rel_pqueue_stdqueue" value="" style="endArrow=block;endFill=0;endSize=16;dashed=1;html=1;strokeWidth=1.5;" edge="1" source="c_pqueue" target="c_stdqueue" parent="1">
          <mxGeometry relative="1" as="geometry"/>
        </mxCell>

        <mxCell id="rel_pqueue_call" value="0..*" style="endArrow=open;endSize=10;html=1;strokeWidth=1.5;exitX=0.5;exitY=1;exitDx=0;exitDy=0;entryX=0.5;entryY=0;entryDx=0;entryDy=0;" edge="1" source="c_pqueue" target="c_call" parent="1">
          <mxGeometry relative="1" as="geometry"/>
        </mxCell>

        <mxCell id="rel_history_file" value="" style="endArrow=open;endSize=10;html=1;strokeWidth=1.5;" edge="1" source="c_history" target="c_filehandler" parent="1">
          <mxGeometry relative="1" as="geometry"/>
        </mxCell>

        <mxCell id="rel_history_call" value="0..*" style="endArrow=open;endSize=10;html=1;strokeWidth=1.5;exitX=0;exitY=1;exitDx=0;exitDy=0;entryX=1;entryY=0;entryDx=0;entryDy=0;" edge="1" source="c_history" target="c_call" parent="1">
          <mxGeometry relative="1" as="geometry"/>
        </mxCell>

        <mxCell id="rel_call_status" value="1" style="endArrow=open;endSize=10;html=1;strokeWidth=1.5;" edge="1" source="c_call" target="c_status" parent="1">
          <mxGeometry relative="1" as="geometry"/>
        </mxCell>

        <mxCell id="rel_aging_call" value="" style="endArrow=open;endSize=10;dashed=1;html=1;strokeWidth=1.5;exitX=0.5;exitY=1;exitDx=0;exitDy=0;" edge="1" source="c_aging" target="c_call" parent="1">
          <mxGeometry relative="1" as="geometry"/>
        </mxCell>
        <mxCell id="rel_aging_call_label" value="&lt;i&gt;modifies&lt;/i&gt;" style="edgeLabel;html=1;align=center;verticalAlign=middle;resizable=0;points=[];fontSize=10;labelBackgroundColor=#FFFFFF;" vertex="1" connectable="0" parent="rel_aging_call">
          <mxGeometry x="-0.2" relative="1" as="geometry">
            <mxPoint as="offset"/>
          </mxGeometry>
        </mxCell>

      </root>
    </mxGraphModel>
  </diagram>
</mxfile>
